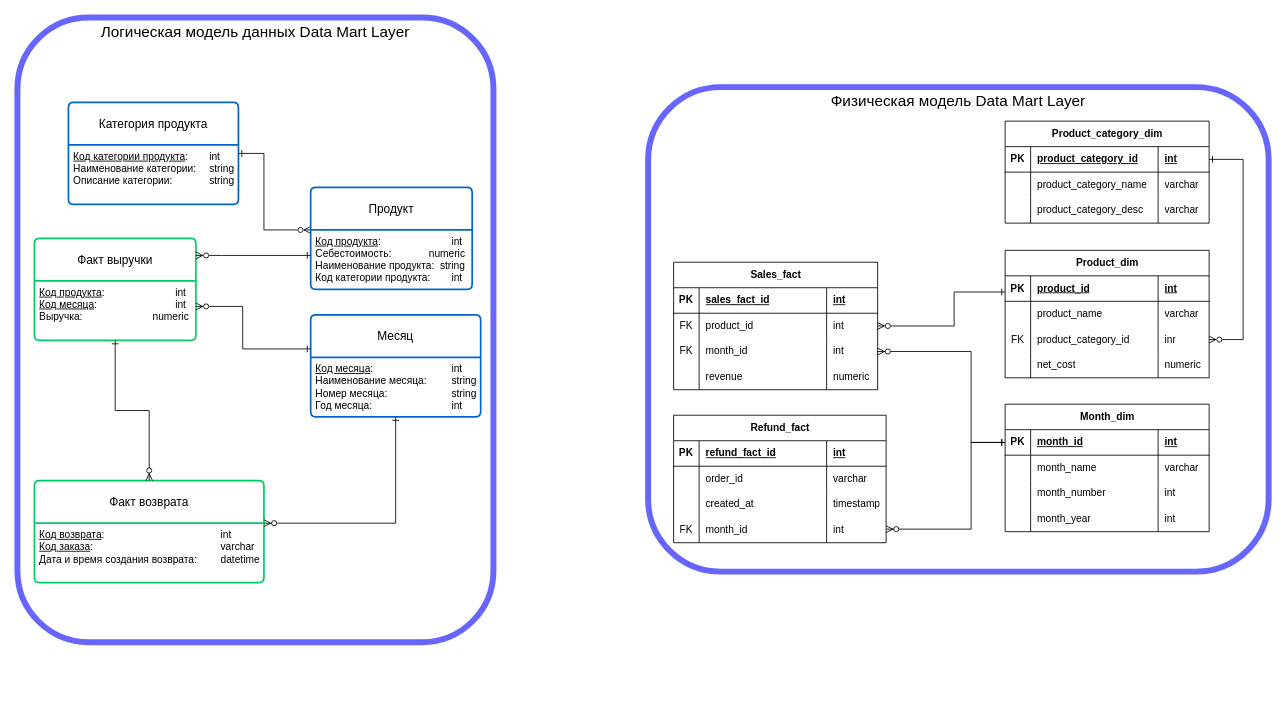
Above: page "DML" (2 of 2) of PWH-18_HW1.drawio in nik-gorby/PWH-18 (draw.io), before the change. Source tidied: cells renumbered, new cells numbered last; positions are measured from the earlier drawing's top-left corner, leaving out a move shared by most shapes. Both pictures are drawn from the tidied source at 85%, with x=0, y=0 at pixel (17, 17).
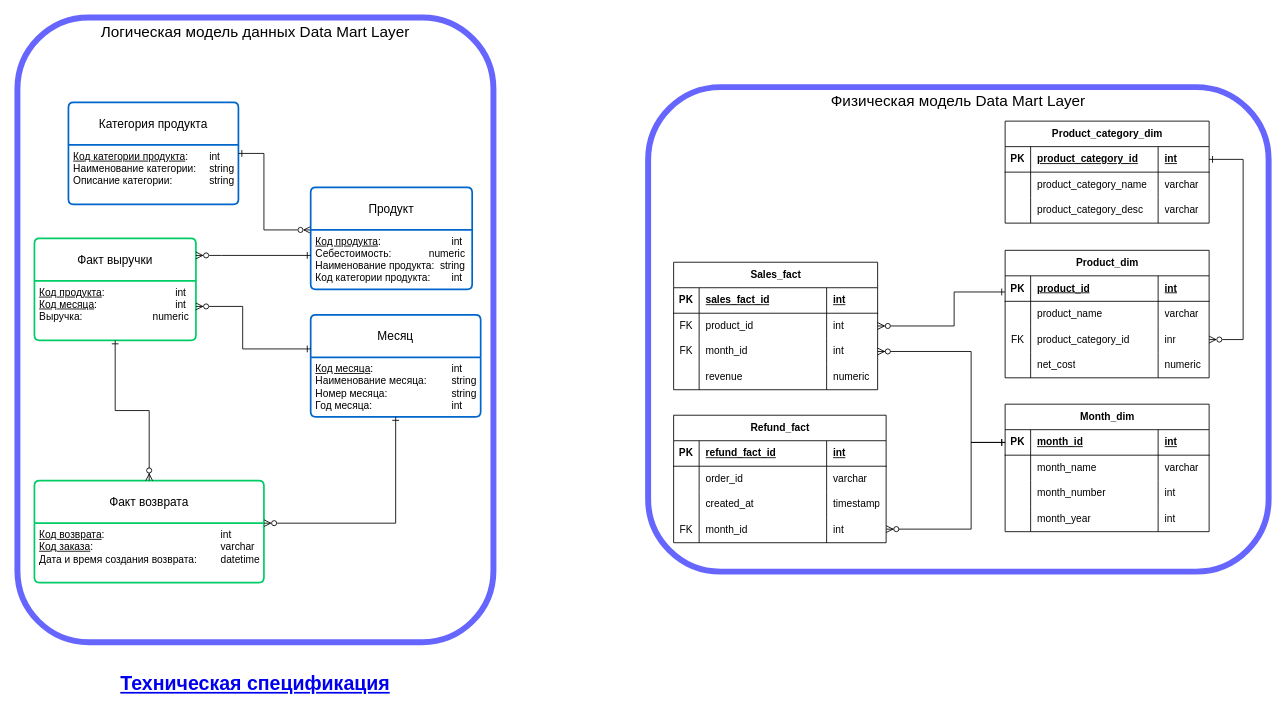
Above is the later version.

Diff of the diagram source:
```diff
@@
+    <mxCell id="106" value="Техническая спецификация" style="text;html=1;strokeColor=none;fillColor=none;whiteSpace=wrap;align=center;verticalAlign=middle;fontColor=#0000EE;fontStyle=5;fontSize=23;" parent="1" vertex="1">
+      <mxGeometry x="10" y="764" width="540" height="40" as="geometry" />
+    </mxCell>
```
